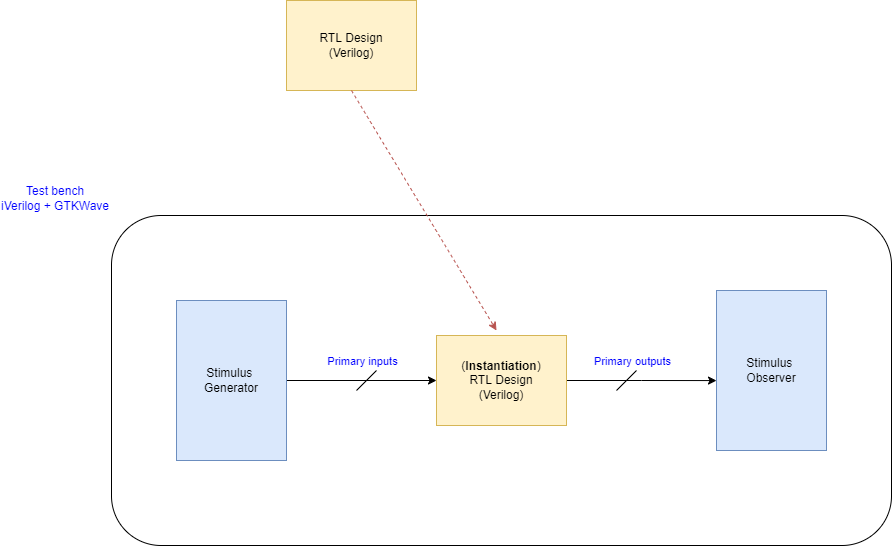
kambadur/sky130RTLDesignAndSynthesisWorkshop keeps this draw.io diagram as assets/simulation.png. Above is the earlier version. Source tidied: cells renumbered, new cells last; positions are measured from the earlier drawing's top-left corner, leaving out a move shared by most shapes.
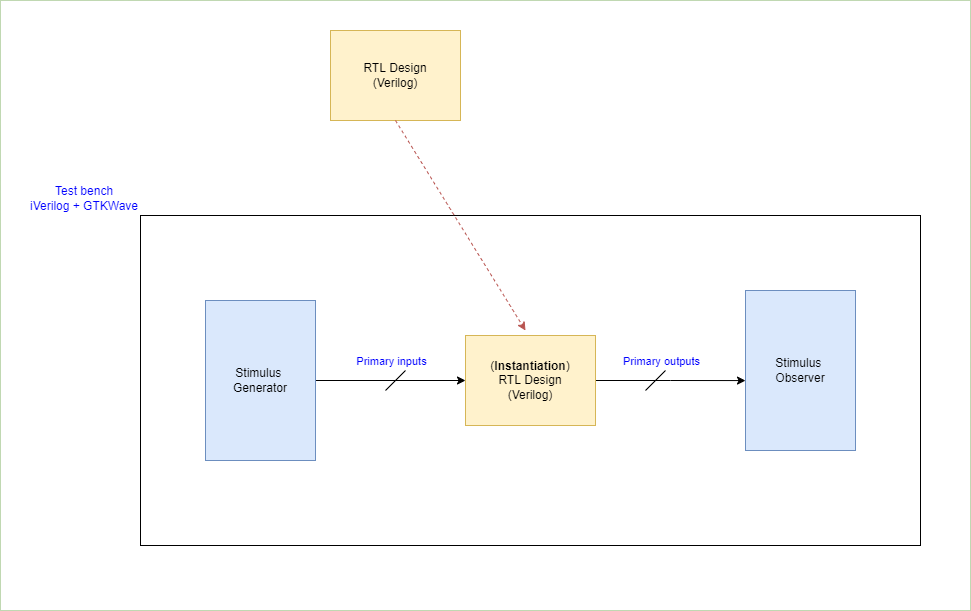
Later version of the same file.

The edit, as a diff of the source:
```diff
@@ -3,9 +3,9 @@
     <mxCell id="0" />
     <mxCell id="1" parent="0" />
     <mxCell id="2" value="RTL Design&lt;br&gt;(Verilog)" style="rounded=0;whiteSpace=wrap;html=1;fillColor=#fff2cc;strokeColor=#d6b656;" parent="1" vertex="1">
-      <mxGeometry x="175" width="130" height="90" as="geometry" />
+      <mxGeometry x="190" y="30" width="130" height="90" as="geometry" />
     </mxCell>
-    <mxCell id="3" value="&lt;div style=&quot;text-align: center&quot;&gt;&lt;span&gt;&lt;font color=&quot;#0000ff&quot;&gt;Test bench&lt;/font&gt;&lt;/span&gt;&lt;/div&gt;&lt;font color=&quot;#0000ff&quot;&gt;iVerilog + GTKWave&lt;/font&gt;" style="rounded=1;whiteSpace=wrap;html=1;labelPosition=left;verticalLabelPosition=top;align=right;verticalAlign=bottom;horizontal=1;" parent="1" vertex="1">
+    <mxCell id="3" value="&lt;div style=&quot;text-align: center&quot;&gt;&lt;span&gt;&lt;font color=&quot;#0000ff&quot;&gt;Test bench&lt;/font&gt;&lt;/span&gt;&lt;/div&gt;&lt;font color=&quot;#0000ff&quot;&gt;iVerilog + GTKWave&lt;/font&gt;" style="rounded=0;whiteSpace=wrap;html=1;labelPosition=left;verticalLabelPosition=top;align=right;verticalAlign=bottom;horizontal=1;" parent="1" vertex="1">
       <mxGeometry y="215" width="780" height="330" as="geometry" />
     </mxCell>
     <mxCell id="4" style="edgeStyle=orthogonalEdgeStyle;rounded=0;jettySize=auto;html=1;entryX=0;entryY=0.563;entryDx=0;entryDy=0;entryPerimeter=0;" parent="1" edge="1" source="5" target="9">
@@ -17,7 +17,7 @@
     <mxCell id="6" style="edgeStyle=orthogonalEdgeStyle;rounded=0;jettySize=auto;html=1;entryX=0;entryY=0.5;entryDx=0;entryDy=0;" parent="1" edge="1" source="8" target="5">
       <mxGeometry relative="1" as="geometry" />
     </mxCell>
-    <mxCell id="7" value="Primary inputs" style="edgeLabel;html=1;align=center;verticalAlign=middle;fontColor=#0000FF;" parent="6" vertex="1">
+    <mxCell id="7" value="Primary inputs" style="edgeLabel;html=1;align=center;verticalAlign=middle;fontColor=#0000FF;rounded=0;" parent="6" vertex="1">
       <mxGeometry x="-0.32" y="1" relative="1" as="geometry">
         <mxPoint x="24" y="-19" as="offset" />
       </mxGeometry>
@@ -45,8 +45,11 @@
         <mxPoint x="385" y="330" as="targetPoint" />
       </mxGeometry>
     </mxCell>
-    <mxCell id="13" value="Primary outputs" style="edgeLabel;html=1;align=center;verticalAlign=middle;fontColor=#0000FF;" parent="1" vertex="1">
+    <mxCell id="13" value="Primary outputs" style="edgeLabel;html=1;align=center;verticalAlign=middle;fontColor=#0000FF;rounded=0;" parent="1" vertex="1">
       <mxGeometry x="520" y="360" as="geometry" />
     </mxCell>
+    <mxCell id="14" style="rounded=0;whiteSpace=wrap;html=1;dashed=1;dashPattern=1 1;fillColor=none;strokeColor=#82b366;" parent="1" vertex="1">
+      <mxGeometry x="-140" width="970" height="610" as="geometry" />
+    </mxCell>
   </root>
 </mxGraphModel>
```
